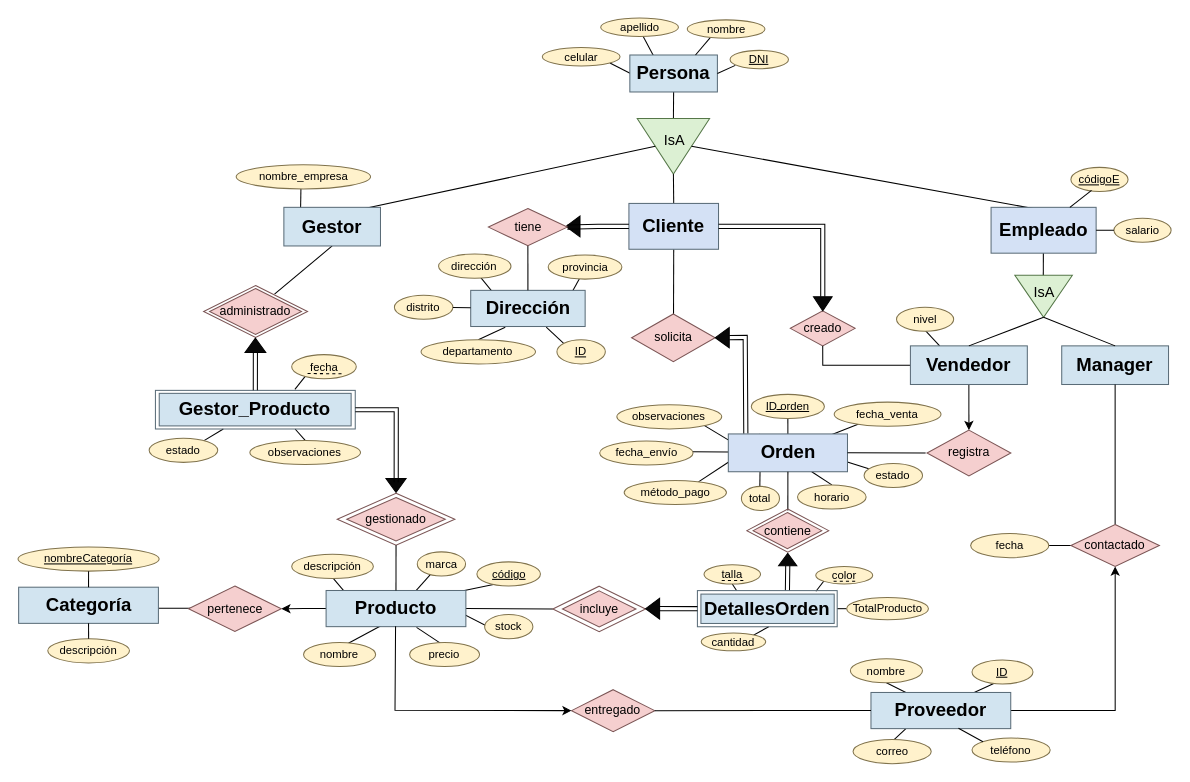
This is Diagrama sin título.drawio from flaqq0/yoc, a draw.io file, before an edit. Source tidied: cells renumbered, new cells numbered last; positions are measured from the earlier drawing's top-left corner, leaving out a move shared by most shapes. Both pictures are drawn from the tidied source at 103%, with x=0, y=0 at pixel (18, 18).
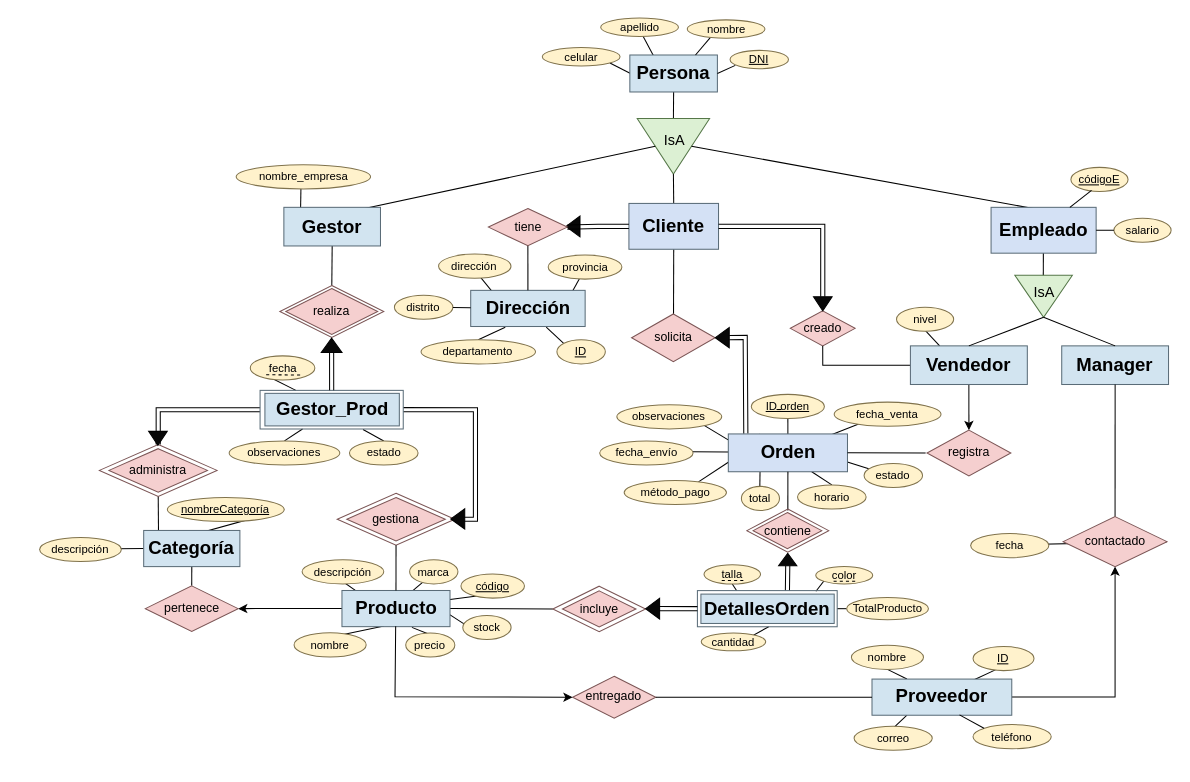
The same diagram, later.

Unchanged cells that the change refers to:
```xml
<mxCell id="48" value="&lt;font style=&quot;font-size: 18px;&quot;&gt;&lt;b&gt;Gestor&lt;/b&gt;&lt;/font&gt;" style="rounded=0;whiteSpace=wrap;html=1;fillColor=#d2e4f0;strokeColor=#5a6c78;shadow=0;" parent="1" vertex="1">
  <mxGeometry x="258.1" y="183.8" width="93.8" height="37.5" as="geometry" />
</mxCell>
```

The edit, as a diff of the source:
```diff
@@
+    <mxCell id="167" style="endArrow=none;html=1;rounded=0;entryX=0.5;entryY=1;entryDx=0;entryDy=0;exitX=0.154;exitY=0.024;exitDx=0;exitDy=0;exitPerimeter=0;" parent="1" edge="1" source="131" target="168">
+      <mxGeometry relative="1" as="geometry" />
+    </mxCell>
+    <mxCell id="134" style="endArrow=none;html=1;rounded=0;exitX=1;exitY=0.5;exitDx=0;exitDy=0;entryX=0;entryY=0.5;entryDx=0;entryDy=0;" parent="1" edge="1" source="132" target="131">
+      <mxGeometry relative="1" as="geometry" />
+    </mxCell>
+    <mxCell id="135" style="endArrow=none;html=1;rounded=0;exitX=0;exitY=0.5;exitDx=0;exitDy=0;entryX=0;entryY=0.5;entryDx=0;entryDy=0;" parent="1" edge="1" source="131" target="133">
+      <mxGeometry relative="1" as="geometry" />
+    </mxCell>
+    <mxCell id="111" style="rhombus;whiteSpace=wrap;html=1;fillColor=none;strokeColor=#7B5555;" parent="1" vertex="1">
+      <mxGeometry x="309.9" y="461.4" width="114.2" height="50.4" as="geometry" />
+    </mxCell>
+    <mxCell id="168" style="rhombus;whiteSpace=wrap;html=1;fillColor=none;strokeColor=#7B5555;" parent="1" vertex="1">
+      <mxGeometry x="79" y="414" width="114.2" height="50.4" as="geometry" />
+    </mxCell>
@@
-    <mxCell id="7" style="endArrow=none;html=1;rounded=0;entryX=0;entryY=0.5;entryDx=0;entryDy=0;exitX=0.909;exitY=0.367;exitDx=0;exitDy=0;exitPerimeter=0;" parent="1" edge="1">
-      <mxGeometry relative="1" as="geometry">
-        <mxPoint x="123" y="573" as="sourcePoint" />
-        <mxPoint x="204.4" y="573" as="targetPoint" />
-      </mxGeometry>
+    <mxCell id="7" style="endArrow=none;html=1;rounded=0;entryX=0.5;entryY=0;entryDx=0;entryDy=0;exitX=0.5;exitY=1;exitDx=0;exitDy=0;" parent="1" edge="1" source="131" target="130">
+      <mxGeometry relative="1" as="geometry" />
     </mxCell>
@@
-    <mxCell id="16" style="endArrow=none;html=1;rounded=0;exitX=0.77;exitY=0.15;exitDx=0;exitDy=0;exitPerimeter=0;" parent="1" edge="1" source="96" target="83">
+    <mxCell id="16" style="endArrow=none;html=1;rounded=0;exitX=0.5;exitY=0;exitDx=0;exitDy=0;" parent="1" edge="1" source="98" target="83">
       <mxGeometry relative="1" as="geometry" />
     </mxCell>
-    <mxCell id="17" style="endArrow=none;html=1;rounded=0;exitX=0.5;exitY=0;exitDx=0;exitDy=0;entryX=0.699;entryY=1;entryDx=0;entryDy=0;entryPerimeter=0;" parent="1" edge="1" source="98" target="83">
+    <mxCell id="17" style="endArrow=none;html=1;rounded=0;exitX=0.5;exitY=0;exitDx=0;exitDy=0;entryX=0.719;entryY=1.013;entryDx=0;entryDy=0;entryPerimeter=0;" parent="1" edge="1" source="96" target="83">
       <mxGeometry relative="1" as="geometry" />
     </mxCell>
-    <mxCell id="18" style="endArrow=none;html=1;rounded=0;exitX=0.698;exitY=-0.024;exitDx=0;exitDy=0;entryX=0.24;entryY=0.801;entryDx=0;entryDy=0;entryPerimeter=0;exitPerimeter=0;" parent="1" edge="1" source="83" target="97">
+    <mxCell id="18" style="endArrow=none;html=1;rounded=0;exitX=0.25;exitY=0;exitDx=0;exitDy=0;entryX=0.24;entryY=0.801;entryDx=0;entryDy=0;entryPerimeter=0;" parent="1" edge="1" source="83" target="97">
       <mxGeometry relative="1" as="geometry" />
     </mxCell>
@@
-    <mxCell id="22" style="endArrow=none;html=1;rounded=0;exitX=0.682;exitY=0.165;exitDx=0;exitDy=0;entryX=0.5;entryY=1;entryDx=0;entryDy=0;exitPerimeter=0;" parent="1" edge="1" source="49" target="48">
+    <mxCell id="22" style="endArrow=none;html=1;rounded=0;exitX=0.5;exitY=0;exitDx=0;exitDy=0;entryX=0.5;entryY=1;entryDx=0;entryDy=0;" parent="1" edge="1" source="49" target="48">
       <mxGeometry relative="1" as="geometry" />
     </mxCell>
@@
-    <mxCell id="27" style="endArrow=none;html=1;rounded=0;exitX=0.374;exitY=0.873;exitDx=0;exitDy=0;entryX=0.894;entryY=0.078;entryDx=0;entryDy=0;exitPerimeter=0;entryPerimeter=0;" parent="1" edge="1" source="74" target="52">
+    <mxCell id="27" style="endArrow=none;html=1;rounded=0;exitX=0.374;exitY=0.873;exitDx=0;exitDy=0;entryX=1;entryY=0.25;entryDx=0;entryDy=0;exitPerimeter=0;" parent="1" edge="1" source="74" target="52">
       <mxGeometry relative="1" as="geometry" />
     </mxCell>
@@
     <mxCell id="49" style="rhombus;whiteSpace=wrap;html=1;fillColor=none;strokeColor=#7B5555;" parent="1" vertex="1">
-      <mxGeometry x="180.2" y="259.7" width="100.9" height="50.4" as="geometry" />
+      <mxGeometry x="254.2" y="259.7" width="100.9" height="50.4" as="geometry" />
     </mxCell>
@@
     <mxCell id="52" value="&lt;font style=&quot;font-size: 18px;&quot;&gt;&lt;b&gt;Producto&lt;/b&gt;&lt;/font&gt;" style="rounded=0;whiteSpace=wrap;html=1;fillColor=#d2e4f0;strokeColor=#5a6c78;shadow=0;" parent="1" vertex="1">
-      <mxGeometry x="299.1" y="555.8" width="135.7" height="35.1" as="geometry" />
+      <mxGeometry x="314.5" y="555.8" width="104.9" height="35.1" as="geometry" />
     </mxCell>
@@
     <mxCell id="74" value="&lt;font style=&quot;font-size: 11px;&quot;&gt;&lt;u&gt;código&lt;/u&gt;&lt;/font&gt;" style="ellipse;whiteSpace=wrap;html=1;fillColor=#FFF2CC;strokeColor=#80734D;" parent="1" vertex="1">
-      <mxGeometry x="445.5" y="528" width="61.7" height="23.4" as="geometry" />
+      <mxGeometry x="430" y="539.8" width="61.7" height="23.4" as="geometry" />
     </mxCell>
     <mxCell id="75" value="&lt;font style=&quot;font-size: 11px;&quot;&gt;descripción&lt;/font&gt;" style="ellipse;whiteSpace=wrap;html=1;fillColor=#FFF2CC;strokeColor=#80734D;" parent="1" vertex="1">
-      <mxGeometry x="265.7" y="520.7" width="79.3" height="23.4" as="geometry" />
+      <mxGeometry x="275.8" y="526" width="79.3" height="23.4" as="geometry" />
     </mxCell>
     <mxCell id="76" value="&lt;font style=&quot;font-size: 11px;&quot;&gt;marca&lt;/font&gt;" style="ellipse;whiteSpace=wrap;html=1;fillColor=#FFF2CC;strokeColor=#80734D;" parent="1" vertex="1">
-      <mxGeometry x="387.6" y="518.3" width="46.9" height="23.4" as="geometry" />
+      <mxGeometry x="380.2" y="526" width="46.9" height="23.4" as="geometry" />
     </mxCell>
     <mxCell id="77" value="&lt;span style=&quot;font-size: 11px;&quot;&gt;precio&lt;/span&gt;" style="ellipse;whiteSpace=wrap;html=1;fillColor=#FFF2CC;strokeColor=#80734D;" parent="1" vertex="1">
-      <mxGeometry x="380.2" y="606.2" width="67.9" height="23.4" as="geometry" />
+      <mxGeometry x="376.4" y="597" width="47.7" height="23.4" as="geometry" />
     </mxCell>
     <mxCell id="78" value="&lt;span style=&quot;font-size: 11px;&quot;&gt;nombre&lt;/span&gt;" style="ellipse;whiteSpace=wrap;html=1;fillColor=#FFF2CC;strokeColor=#80734D;" parent="1" vertex="1">
-      <mxGeometry x="277.2" y="606.2" width="70" height="23.4" as="geometry" />
+      <mxGeometry x="268" y="596.9" width="70" height="23.4" as="geometry" />
     </mxCell>
@@
+    <mxCell id="169" style="edgeStyle=orthogonalEdgeStyle;rounded=0;jettySize=auto;html=1;entryX=1;entryY=0.5;entryDx=0;entryDy=0;exitX=1;exitY=0.5;exitDx=0;exitDy=0;shape=link;" parent="1" edge="1" source="83" target="111">
+      <mxGeometry relative="1" as="geometry" />
+    </mxCell>
+    <mxCell id="170" style="edgeStyle=orthogonalEdgeStyle;rounded=0;jettySize=auto;html=1;entryX=0.5;entryY=0;entryDx=0;entryDy=0;shape=link;" parent="1" edge="1" source="83" target="168">
+      <mxGeometry relative="1" as="geometry" />
+    </mxCell>
     <mxCell id="83" style="rounded=0;whiteSpace=wrap;html=1;fillColor=none;strokeColor=#5a6c78;shadow=0;" parent="1" vertex="1">
-      <mxGeometry x="133.4" y="361.5" width="194" height="37.5" as="geometry" />
+      <mxGeometry x="235" y="361.5" width="139" height="37.5" as="geometry" />
     </mxCell>
@@
     <mxCell id="94" style="triangle;whiteSpace=wrap;html=1;rotation=-90;fillColor=#080808;" parent="1" vertex="1">
-      <mxGeometry x="223.5" y="307.7" width="13.9" height="20.2" as="geometry" />
+      <mxGeometry x="297.5" y="307.7" width="13.9" height="20.2" as="geometry" />
     </mxCell>
-    <mxCell id="95" value="gestionado" style="rhombus;whiteSpace=wrap;html=1;fillColor=#F5CFCF;strokeColor=#7B5555;" parent="1" vertex="1">
+    <mxCell id="95" value="gestiona" style="rhombus;whiteSpace=wrap;html=1;fillColor=#F5CFCF;strokeColor=#7B5555;" parent="1" vertex="1">
       <mxGeometry x="319.2" y="465.5" width="95.6" height="42.2" as="geometry" />
     </mxCell>
     <mxCell id="96" value="&lt;font style=&quot;font-size: 11px;&quot;&gt;estado&lt;/font&gt;" style="ellipse;whiteSpace=wrap;html=1;fillColor=#FFF2CC;strokeColor=#80734D;" parent="1" vertex="1">
-      <mxGeometry x="127.3" y="408" width="66.6" height="23.4" as="geometry" />
+      <mxGeometry x="321.8" y="410.6" width="66.6" height="23.4" as="geometry" />
     </mxCell>
     <mxCell id="97" value="&lt;font style=&quot;font-size: 11px;&quot;&gt;fecha&lt;/font&gt;" style="ellipse;whiteSpace=wrap;html=1;fillColor=#FFF2CC;strokeColor=#80734D;" parent="1" vertex="1">
-      <mxGeometry x="265.7" y="326.8" width="62.7" height="23.4" as="geometry" />
+      <mxGeometry x="225.5" y="328" width="62.7" height="23.4" as="geometry" />
     </mxCell>
     <mxCell id="98" value="&lt;font style=&quot;font-size: 11px;&quot;&gt;observaciones&lt;/font&gt;" style="ellipse;whiteSpace=wrap;html=1;fillColor=#FFF2CC;strokeColor=#80734D;" parent="1" vertex="1">
-      <mxGeometry x="225.1" y="410.1" width="107.4" height="23.4" as="geometry" />
+      <mxGeometry x="205" y="410.6" width="107.4" height="23.4" as="geometry" />
     </mxCell>
-    <mxCell id="99" style="triangle;whiteSpace=wrap;html=1;rotation=90;fillColor=#080808;" parent="1" vertex="1">
-      <mxGeometry x="360.2" y="444" width="13.6" height="19.6" as="geometry" />
+    <mxCell id="99" style="triangle;whiteSpace=wrap;html=1;rotation=-180;fillColor=#080808;" parent="1" vertex="1">
+      <mxGeometry x="420.1" y="476.5" width="13.6" height="19.6" as="geometry" />
     </mxCell>
-    <mxCell id="100" style="edgeStyle=orthogonalEdgeStyle;rounded=0;jettySize=auto;html=1;entryX=0.278;entryY=0.492;entryDx=0;entryDy=0;entryPerimeter=0;shape=link;" parent="1" edge="1" source="83" target="99">
-      <mxGeometry relative="1" as="geometry" />
-    </mxCell>
@@
     <mxCell id="104" style="endArrow=none;dashed=1;html=1;rounded=0;entryX=0.817;entryY=0.792;entryDx=0;entryDy=0;entryPerimeter=0;" parent="1" edge="1" target="97">
       <mxGeometry relative="1" as="geometry">
-        <mxPoint x="281.1" y="345.2" as="sourcePoint" />
+        <mxPoint x="240.9" y="346.4" as="sourcePoint" />
       </mxGeometry>
     </mxCell>
@@
-    <mxCell id="108" value="&lt;span style=&quot;font-size: 18px;&quot;&gt;&lt;b&gt;Gestor_Producto&lt;/b&gt;&lt;/span&gt;" style="rounded=0;whiteSpace=wrap;html=1;fillColor=#d2e4f0;strokeColor=#5a6c78;shadow=0;" parent="1" vertex="1">
-      <mxGeometry x="137.1" y="364.4" width="186.3" height="31.6" as="geometry" />
+    <mxCell id="108" value="&lt;span style=&quot;font-size: 18px;&quot;&gt;&lt;b&gt;Gestor_Prod&lt;/b&gt;&lt;/span&gt;" style="rounded=0;whiteSpace=wrap;html=1;fillColor=#d2e4f0;strokeColor=#5a6c78;shadow=0;" parent="1" vertex="1">
+      <mxGeometry x="239.7" y="364.4" width="130.5" height="31.6" as="geometry" />
     </mxCell>
@@
-    <mxCell id="110" value="administrado" style="rhombus;whiteSpace=wrap;html=1;fillColor=#F5CFCF;strokeColor=#7B5555;" parent="1" vertex="1">
-      <mxGeometry x="186" y="262.6" width="89.2" height="44.5" as="geometry" />
+    <mxCell id="110" value="realiza" style="rhombus;whiteSpace=wrap;html=1;fillColor=#F5CFCF;strokeColor=#7B5555;" parent="1" vertex="1">
+      <mxGeometry x="260" y="262.6" width="89.2" height="44.5" as="geometry" />
     </mxCell>
-    <mxCell id="111" style="rhombus;whiteSpace=wrap;html=1;fillColor=none;strokeColor=#7B5555;" parent="1" vertex="1">
-      <mxGeometry x="309.9" y="461.4" width="114.2" height="50.4" as="geometry" />
-    </mxCell>
@@
     <mxCell id="117" value="&lt;font style=&quot;font-size: 11px;&quot;&gt;stock&lt;/font&gt;" style="ellipse;whiteSpace=wrap;html=1;fillColor=#FFF2CC;strokeColor=#80734D;" parent="1" vertex="1">
-      <mxGeometry x="453" y="579.2" width="46.9" height="23.4" as="geometry" />
+      <mxGeometry x="431.8" y="580" width="46.9" height="23.4" as="geometry" />
     </mxCell>
@@
     <mxCell id="119" value="&lt;font style=&quot;font-size: 18px;&quot;&gt;&lt;b&gt;Proveedor&lt;/b&gt;&lt;/font&gt;" style="rounded=0;whiteSpace=wrap;html=1;fillColor=#d2e4f0;strokeColor=#5a6c78;shadow=0;" parent="1" vertex="1">
-      <mxGeometry x="828.1" y="654.8" width="135.7" height="35.1" as="geometry" />
+      <mxGeometry x="829.1" y="641.8" width="135.7" height="35.1" as="geometry" />
     </mxCell>
@@
     <mxCell id="121" value="&lt;font style=&quot;font-size: 11px;&quot;&gt;ID&lt;/font&gt;" style="ellipse;whiteSpace=wrap;html=1;fillColor=#FFF2CC;strokeColor=#80734D;fontStyle=4;" parent="1" vertex="1">
-      <mxGeometry x="926.2" y="623.2" width="59.2" height="23.4" as="geometry" />
+      <mxGeometry x="927.2" y="610.2" width="59.2" height="23.4" as="geometry" />
     </mxCell>
     <mxCell id="122" value="&lt;font style=&quot;font-size: 11px;&quot;&gt;nombre&lt;/font&gt;" style="ellipse;whiteSpace=wrap;html=1;fillColor=#FFF2CC;strokeColor=#80734D;" parent="1" vertex="1">
-      <mxGeometry x="808.1" y="622" width="70" height="23.4" as="geometry" />
+      <mxGeometry x="809.1" y="609" width="70" height="23.4" as="geometry" />
     </mxCell>
     <mxCell id="123" value="&lt;font style=&quot;font-size: 11px;&quot;&gt;teléfono&lt;/font&gt;" style="ellipse;whiteSpace=wrap;html=1;fillColor=#FFF2CC;strokeColor=#80734D;" parent="1" vertex="1">
-      <mxGeometry x="926.2" y="699" width="75.9" height="23.4" as="geometry" />
+      <mxGeometry x="927.2" y="686" width="75.9" height="23.4" as="geometry" />
     </mxCell>
     <mxCell id="124" value="&lt;font style=&quot;font-size: 11px;&quot;&gt;correo&lt;/font&gt;" style="ellipse;whiteSpace=wrap;html=1;fillColor=#FFF2CC;strokeColor=#80734D;" parent="1" vertex="1">
-      <mxGeometry x="810.7" y="700.5" width="75.9" height="23.4" as="geometry" />
+      <mxGeometry x="811.7" y="687.5" width="75.9" height="23.4" as="geometry" />
     </mxCell>
     <mxCell id="125" value="&lt;font style=&quot;font-size: 12px;&quot;&gt;contactado&lt;/font&gt;" style="rhombus;whiteSpace=wrap;html=1;fillColor=#F5CFCF;strokeColor=#7B5555;" parent="1" vertex="1">
-      <mxGeometry x="1022.2" y="491.8" width="85.9" height="40.7" as="geometry" />
+      <mxGeometry x="1014.7" y="484.1" width="100.8" height="48.5" as="geometry" />
     </mxCell>
     <mxCell id="126" value="&lt;font style=&quot;font-size: 12px;&quot;&gt;entregado&lt;/font&gt;" style="rhombus;whiteSpace=wrap;html=1;fillColor=#F5CFCF;strokeColor=#7B5555;" parent="1" vertex="1">
-      <mxGeometry x="537.4" y="652.1" width="80.8" height="40.7" as="geometry" />
+      <mxGeometry x="538.4" y="639.1" width="80.8" height="40.7" as="geometry" />
     </mxCell>
     <mxCell id="127" style="html=1;rounded=0;exitX=0.497;exitY=0.99;exitDx=0;exitDy=0;entryX=0;entryY=0.5;entryDx=0;entryDy=0;exitPerimeter=0;" parent="1" edge="1" source="52" target="126">
       <mxGeometry relative="1" as="geometry">
         <Array as="points">
-          <mxPoint x="366" y="672" />
+          <mxPoint x="366" y="659" />
         </Array>
       </mxGeometry>
     </mxCell>
@@
     <mxCell id="130" value="&lt;font style=&quot;font-size: 12px;&quot;&gt;pertenece&lt;/font&gt;" style="rhombus;whiteSpace=wrap;html=1;fillColor=#F5CFCF;strokeColor=#7B5555;" parent="1" vertex="1">
-      <mxGeometry x="165.5" y="551.4" width="90.1" height="44.2" as="geometry" />
+      <mxGeometry x="123.6" y="551.3" width="90.1" height="44.2" as="geometry" />
     </mxCell>
     <mxCell id="131" value="&lt;font style=&quot;font-size: 18px;&quot;&gt;&lt;b&gt;Categoría&lt;/b&gt;&lt;/font&gt;" style="rounded=0;whiteSpace=wrap;html=1;fillColor=#d2e4f0;strokeColor=#5a6c78;shadow=0;" parent="1" vertex="1">
-      <mxGeometry x="0.6" y="552.6" width="135.7" height="35.1" as="geometry" />
+      <mxGeometry x="122" y="497.5" width="93.4" height="35.1" as="geometry" />
     </mxCell>
     <mxCell id="132" value="&lt;font style=&quot;font-size: 11px;&quot;&gt;nombreCategoría&lt;/font&gt;" style="ellipse;whiteSpace=wrap;html=1;fillColor=#FFF2CC;strokeColor=#80734D;fontStyle=4;" parent="1" vertex="1">
-      <mxGeometry y="513.6" width="137" height="23.4" as="geometry" />
+      <mxGeometry x="145" y="465.5" width="113.4" height="23.4" as="geometry" />
     </mxCell>
     <mxCell id="133" value="&lt;font style=&quot;font-size: 11px;&quot;&gt;descripción&lt;/font&gt;" style="ellipse;whiteSpace=wrap;html=1;fillColor=#FFF2CC;strokeColor=#80734D;" parent="1" vertex="1">
-      <mxGeometry x="28.9" y="602.7" width="79.3" height="23.4" as="geometry" />
+      <mxGeometry x="21" y="504.3" width="79.3" height="23.4" as="geometry" />
     </mxCell>
-    <mxCell id="134" style="endArrow=none;html=1;rounded=0;exitX=0.5;exitY=1;exitDx=0;exitDy=0;entryX=0.5;entryY=0;entryDx=0;entryDy=0;" parent="1" edge="1" source="132" target="131">
-      <mxGeometry relative="1" as="geometry" />
-    </mxCell>
-    <mxCell id="135" style="endArrow=none;html=1;rounded=0;exitX=0.5;exitY=1;exitDx=0;exitDy=0;entryX=0.5;entryY=0;entryDx=0;entryDy=0;" parent="1" edge="1" source="131" target="133">
-      <mxGeometry relative="1" as="geometry" />
-    </mxCell>
@@
+    <mxCell id="171" value="administra" style="rhombus;whiteSpace=wrap;html=1;fillColor=#F5CFCF;strokeColor=#7B5555;" parent="1" vertex="1">
+      <mxGeometry x="88.3" y="418.1" width="95.6" height="42.2" as="geometry" />
+    </mxCell>
+    <mxCell id="172" style="triangle;whiteSpace=wrap;html=1;rotation=90;fillColor=#080808;" parent="1" vertex="1">
+      <mxGeometry x="129" y="399.1" width="13.6" height="18" as="geometry" />
+    </mxCell>
```
